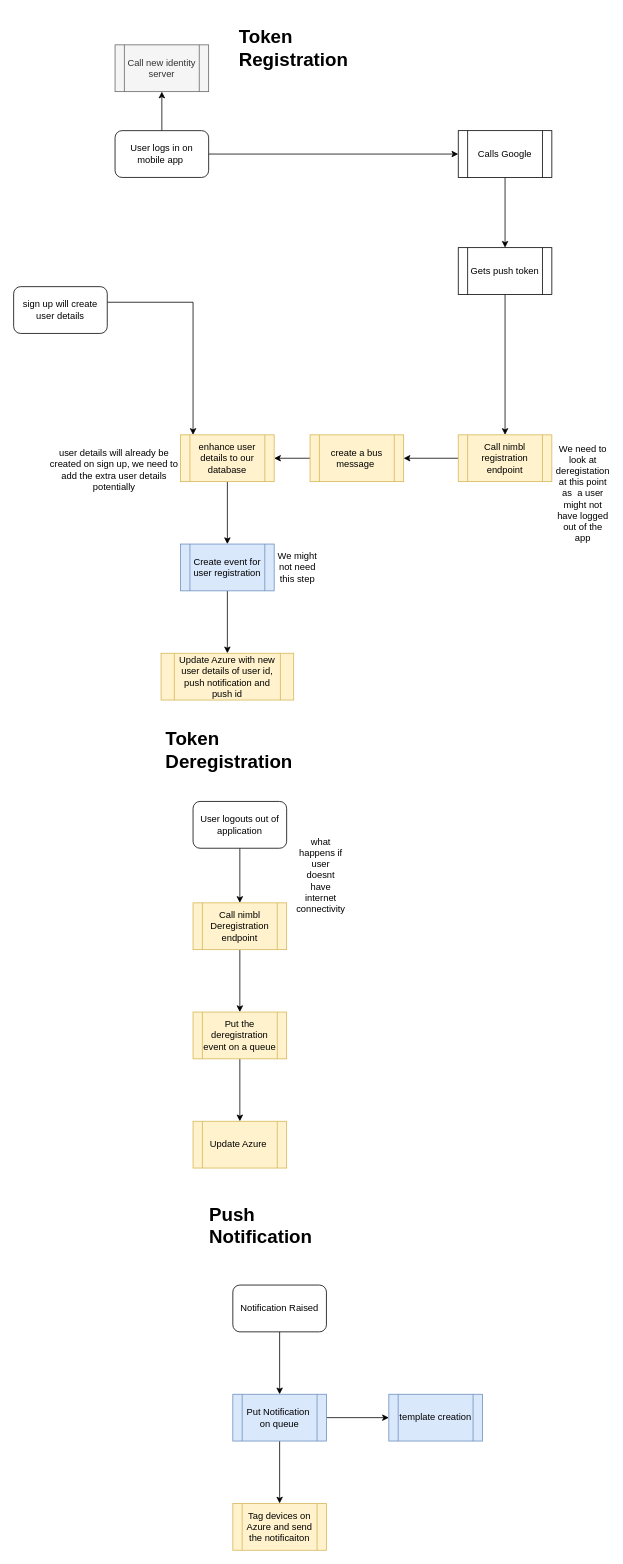
The draw.io diagram CaxtonPushNotifications.drawio in mattwatts36/drawings, before the edit. Source tidied: cells renumbered, new cells numbered last; positions are measured from the earlier drawing's top-left corner, leaving out a move shared by most shapes. Both pictures are drawn from the tidied source at 78%, with x=0, y=0 at pixel (13, 21).
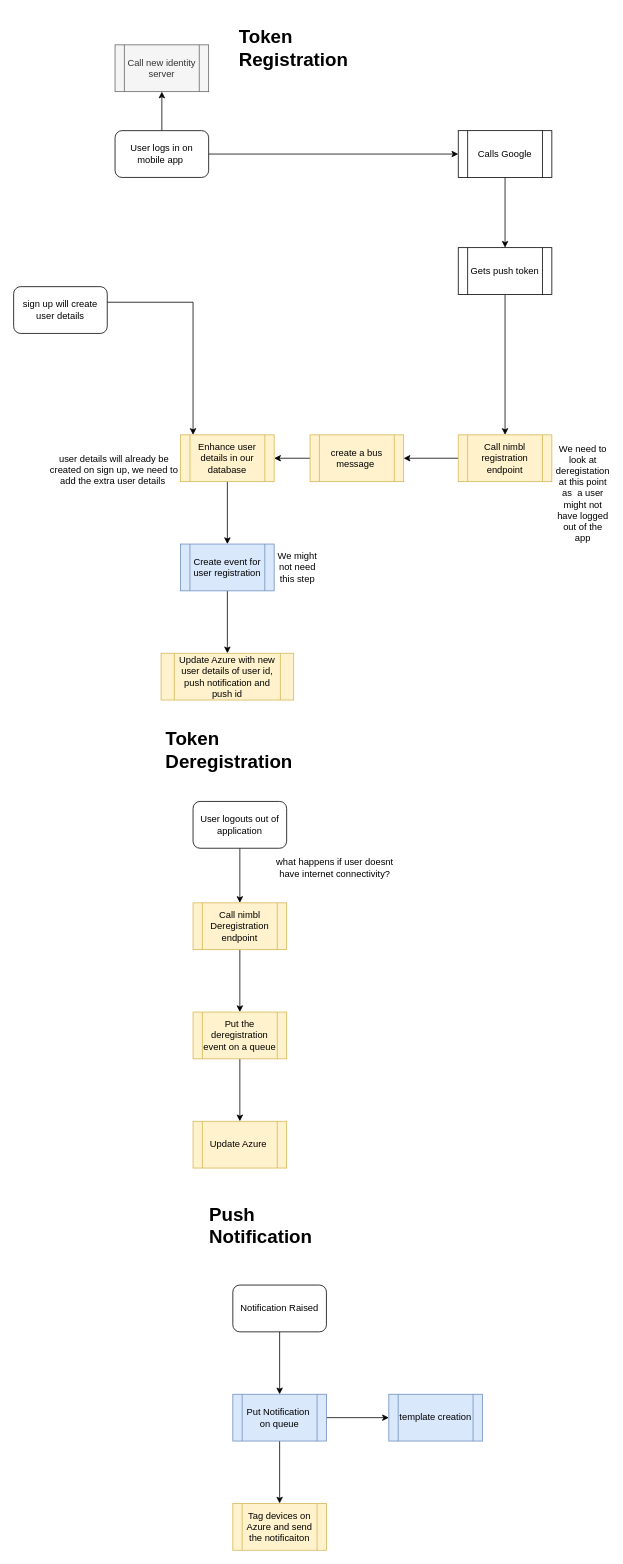
The same page after the edit.

Change to the diagram source:
```diff
@@
-    <mxCell id="12" value="enhance user details to our database" style="shape=process;whiteSpace=wrap;html=1;backgroundOutline=1;fillColor=#fff2cc;strokeColor=#d6b656;" parent="1" vertex="1">
+    <mxCell id="12" value="Enhance user details in our database" style="shape=process;whiteSpace=wrap;html=1;backgroundOutline=1;fillColor=#fff2cc;strokeColor=#d6b656;" parent="1" vertex="1">
       <mxGeometry x="214" y="530" width="120" height="60" as="geometry" />
     </mxCell>
@@
-    <mxCell id="35" value="user details will already be created on sign up, we need to add the extra user details potentially" style="text;html=1;strokeColor=none;fillColor=none;align=center;verticalAlign=middle;whiteSpace=wrap;rounded=0;" parent="1" vertex="1">
+    <mxCell id="35" value="user details will already be created on sign up, we need to add the extra user details&amp;nbsp;" style="text;html=1;strokeColor=none;fillColor=none;align=center;verticalAlign=middle;whiteSpace=wrap;rounded=0;" parent="1" vertex="1">
       <mxGeometry x="44" y="560" width="170" height="30" as="geometry" />
     </mxCell>
@@
-    <mxCell id="40" value="what happens if user doesnt have internet connectivity" style="text;html=1;strokeColor=none;fillColor=none;align=center;verticalAlign=middle;whiteSpace=wrap;rounded=0;" parent="1" vertex="1">
-      <mxGeometry x="364" y="1080" width="60" height="30" as="geometry" />
+    <mxCell id="40" value="what happens if user doesnt have internet connectivity?" style="text;html=1;strokeColor=none;fillColor=none;align=center;verticalAlign=middle;whiteSpace=wrap;rounded=0;" parent="1" vertex="1">
+      <mxGeometry x="324" y="1070" width="176" height="30" as="geometry" />
     </mxCell>
```
